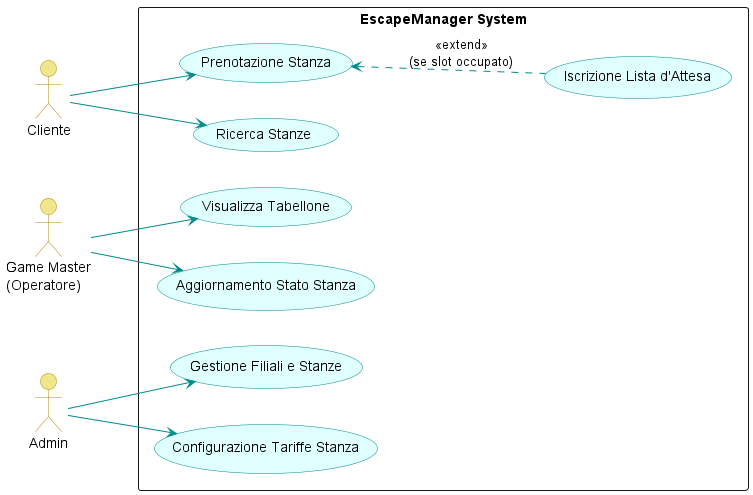
The PlantUML diagram LaTeX/images/usecase_diagram.png in Adrycasta04/EscapeManager, before a commit.
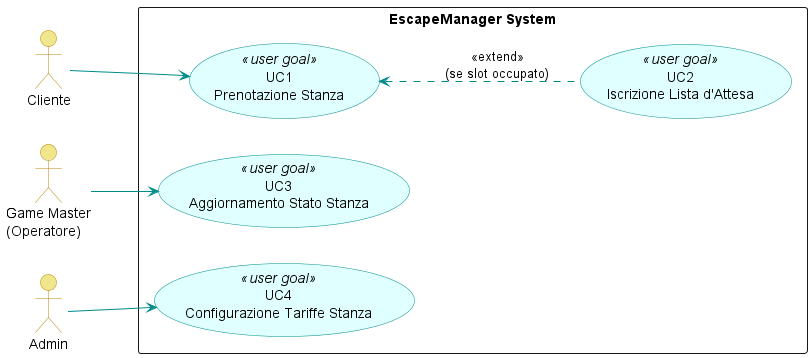
Above is the later version.

The edit, as a diff of the source:
```diff
@@ -17,26 +17,20 @@
 
 rectangle "EscapeManager System" {
 
-    usecase "Ricerca Stanze" as UC_C1
-    usecase "Prenotazione Stanza" as UC_C2
-    usecase "Iscrizione Lista d'Attesa" as UC_C3
+    usecase "UC1\nPrenotazione Stanza" <<user goal>> as UC_C1
+    usecase "UC2\nIscrizione Lista d'Attesa" <<user goal>> as UC_C2
 
-    usecase "Visualizza Tabellone" as UC_GM1
-    usecase "Aggiornamento Stato Stanza" as UC_GM3
+    usecase "UC3\nAggiornamento Stato Stanza" <<user goal>> as UC_GM3
 
-    usecase "Gestione Filiali e Stanze" as UC_A1
-    usecase "Configurazione Tariffe Stanza" as UC_A2
+    usecase "UC4\nConfigurazione Tariffe Stanza" <<user goal>> as UC_A2
 }
 
 C --> UC_C1
-C --> UC_C2
 
-GM --> UC_GM1
 GM --> UC_GM3
 
-A --> UC_A1
 A --> UC_A2
 
-UC_C3 .up.> UC_C2 : <<extend>>\n(se slot occupato)
+UC_C2 .up.> UC_C1 : <<extend>>\n(se slot occupato)
 
 @enduml
```
